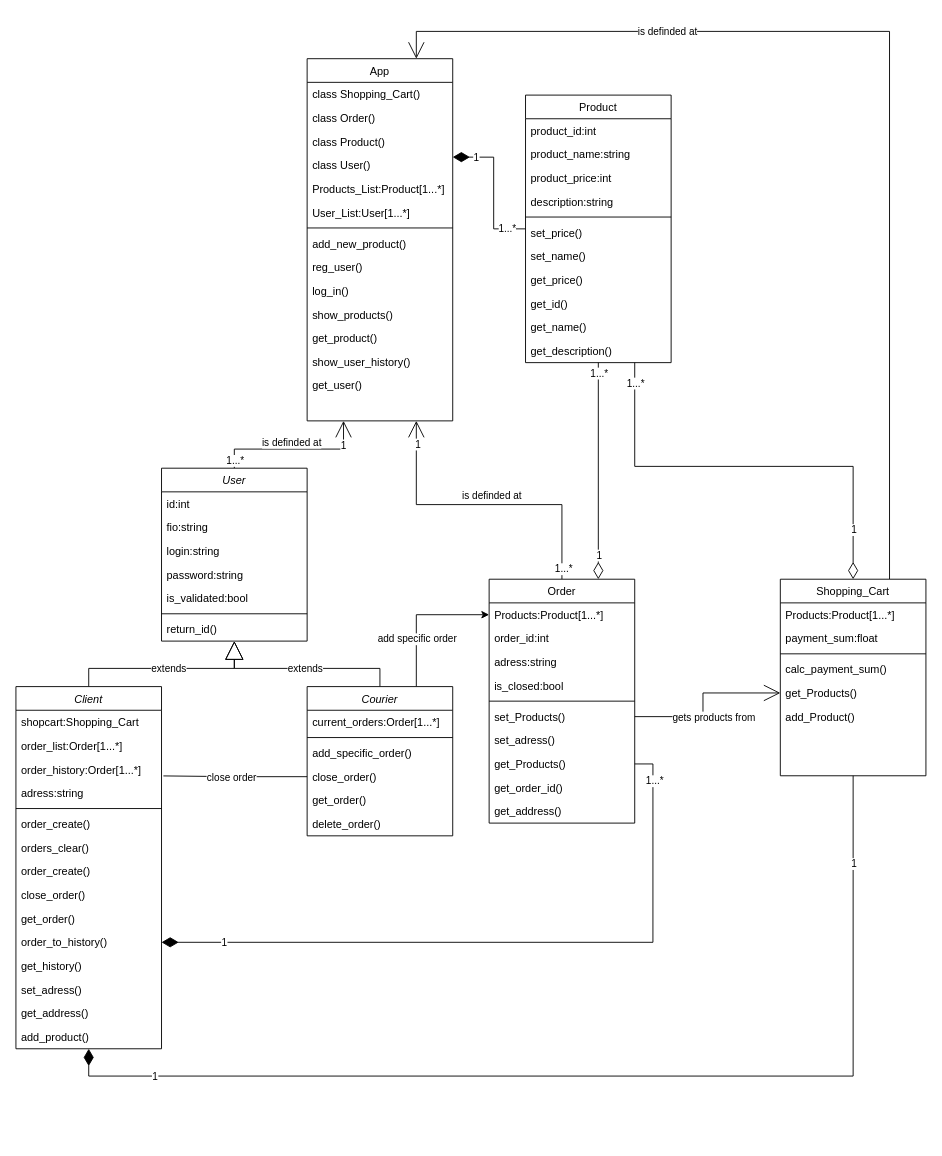
Above: class_diagram_delivery_service.drawio in MstislavRomanovski/ProgramIngeneering (draw.io), before the change. Source tidied: cells renumbered, new cells numbered last; positions are measured from the earlier drawing's top-left corner, leaving out a move shared by most shapes. Both pictures are drawn from the tidied source at 91%, with x=0, y=0 at pixel (15, 58).
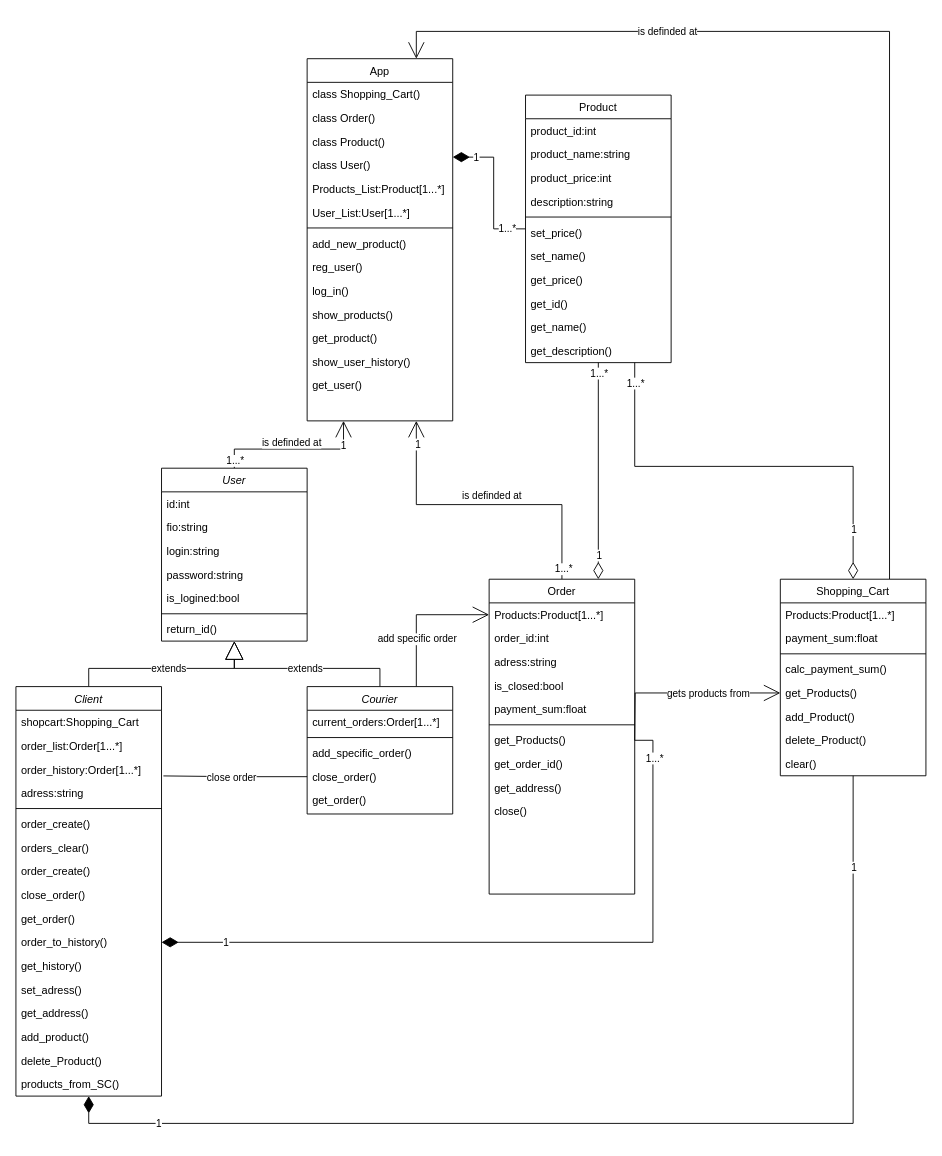
Above is the later version.

The change refers to these unchanged cells:
```xml
<mxCell id="5" value="User" style="swimlane;fontStyle=2;align=center;verticalAlign=top;horizontal=1;startSize=26;rounded=0;shadow=0;strokeWidth=1;" parent="1" vertex="1">
  <mxGeometry x="160" y="450" width="160" height="190" as="geometry" />
</mxCell>
<mxCell id="63" value="Products:Product[1...*]" style="text;align=left;verticalAlign=top;spacingLeft=4;spacingRight=4;overflow=hidden;points=[[0,0.5],[1,0.5]];portConstraint=eastwest;rounded=0;shadow=0;html=0;" parent="62" vertex="1">
  <mxGeometry y="26" width="160" height="26" as="geometry" />
</mxCell>
<mxCell id="78" value="Shopping_Cart" style="swimlane;fontStyle=0;align=center;verticalAlign=top;horizontal=1;startSize=26;rounded=0;shadow=0;strokeWidth=1;" parent="1" vertex="1">
  <mxGeometry x="840" y="572" width="160" height="216" as="geometry" />
</mxCell>
<mxCell id="83" value="get_Products()" style="text;align=left;verticalAlign=top;spacingLeft=4;spacingRight=4;overflow=hidden;points=[[0,0.5],[1,0.5]];portConstraint=eastwest;" parent="78" vertex="1">
  <mxGeometry y="112" width="160" height="26" as="geometry" />
</mxCell>
```

Change to the diagram source:
```diff
@@
-    <mxCell id="10" value="is_validated:bool" style="text;align=left;verticalAlign=top;spacingLeft=4;spacingRight=4;overflow=hidden;rounded=0;shadow=0;html=0;" parent="5" vertex="1">
+    <mxCell id="10" value="is_logined:bool" style="text;align=left;verticalAlign=top;spacingLeft=4;spacingRight=4;overflow=hidden;rounded=0;shadow=0;html=0;" parent="5" vertex="1">
       <mxGeometry y="130" width="160" height="26" as="geometry" />
     </mxCell>
@@
     <mxCell id="30" value="Client" style="swimlane;fontStyle=2;align=center;verticalAlign=top;horizontal=1;startSize=26;rounded=0;shadow=0;strokeWidth=1;" parent="1" vertex="1">
-      <mxGeometry y="690" width="160" height="398" as="geometry" />
+      <mxGeometry y="690" width="160" height="450" as="geometry" />
     </mxCell>
@@
+    <mxCell id="113" value="delete_Product()" style="text;align=left;verticalAlign=top;spacingLeft=4;spacingRight=4;overflow=hidden;" parent="30" vertex="1">
+      <mxGeometry y="398" width="160" height="26" as="geometry" />
+    </mxCell>
+    <mxCell id="114" value="products_from_SC()" style="text;align=left;verticalAlign=top;spacingLeft=4;spacingRight=4;overflow=hidden;" parent="30" vertex="1">
+      <mxGeometry y="424" width="160" height="26" as="geometry" />
+    </mxCell>
@@
-    <mxCell id="47" style="edgeStyle=orthogonalEdgeStyle;rounded=0;jettySize=auto;html=1;exitX=0.75;exitY=0;exitDx=0;exitDy=0;entryX=0;entryY=0.5;entryDx=0;entryDy=0;" parent="1" edge="1" source="49" target="63">
+    <mxCell id="47" style="edgeStyle=orthogonalEdgeStyle;rounded=0;jettySize=auto;html=1;exitX=0.75;exitY=0;exitDx=0;exitDy=0;entryX=0;entryY=0.5;entryDx=0;entryDy=0;endArrow=open;endFill=0;endSize=16;" parent="1" edge="1" source="49" target="63">
       <mxGeometry relative="1" as="geometry" />
     </mxCell>
@@
     <mxCell id="49" value="Courier" style="swimlane;fontStyle=2;align=center;verticalAlign=top;horizontal=1;startSize=26;rounded=0;shadow=0;strokeWidth=1;" parent="1" vertex="1">
-      <mxGeometry x="320" y="690" width="160" height="164" as="geometry" />
+      <mxGeometry x="320" y="690" width="160" height="140" as="geometry" />
     </mxCell>
@@
-    <mxCell id="55" value="delete_order()" style="text;align=left;verticalAlign=top;spacingLeft=4;spacingRight=4;overflow=hidden;" parent="49" vertex="1">
-      <mxGeometry y="138" width="160" height="26" as="geometry" />
-    </mxCell>
@@
     <mxCell id="62" value="Order" style="swimlane;fontStyle=0;align=center;verticalAlign=top;horizontal=1;startSize=26;rounded=0;shadow=0;strokeWidth=1;" parent="1" vertex="1">
-      <mxGeometry x="520" y="572" width="160" height="268" as="geometry" />
+      <mxGeometry x="520" y="572" width="160" height="346" as="geometry" />
     </mxCell>
@@
+    <mxCell id="115" value="payment_sum:float" style="text;align=left;verticalAlign=top;spacingLeft=4;spacingRight=4;overflow=hidden;rounded=0;shadow=0;html=0;" parent="62" vertex="1">
+      <mxGeometry y="130" width="160" height="26" as="geometry" />
+    </mxCell>
     <mxCell id="67" style="line;html=1;strokeWidth=1;align=left;verticalAlign=middle;spacingTop=-1;spacingLeft=3;spacingRight=3;labelPosition=right;" parent="62" vertex="1">
-      <mxGeometry y="130" width="160" height="8" as="geometry" />
+      <mxGeometry y="156" width="160" height="8" as="geometry" />
     </mxCell>
-    <mxCell id="68" value="set_Products()" style="text;align=left;verticalAlign=top;spacingLeft=4;spacingRight=4;overflow=hidden;points=[[0,0.5],[1,0.5]];portConstraint=eastwest;" parent="62" vertex="1">
-      <mxGeometry y="138" width="160" height="26" as="geometry" />
-    </mxCell>
-    <mxCell id="69" value="set_adress()" style="text;align=left;verticalAlign=top;spacingLeft=4;spacingRight=4;overflow=hidden;" parent="62" vertex="1">
-      <mxGeometry y="164" width="160" height="26" as="geometry" />
-    </mxCell>
     <mxCell id="70" value="get_Products()" style="text;align=left;verticalAlign=top;spacingLeft=4;spacingRight=4;overflow=hidden;points=[[0,0.5],[1,0.5]];portConstraint=eastwest;" parent="62" vertex="1">
-      <mxGeometry y="190" width="160" height="26" as="geometry" />
+      <mxGeometry y="164" width="160" height="26" as="geometry" />
     </mxCell>
     <mxCell id="71" value="get_order_id()" style="text;align=left;verticalAlign=top;spacingLeft=4;spacingRight=4;overflow=hidden;" parent="62" vertex="1">
-      <mxGeometry y="216" width="160" height="26" as="geometry" />
+      <mxGeometry y="190" width="160" height="26" as="geometry" />
     </mxCell>
     <mxCell id="72" value="get_address()" style="text;align=left;verticalAlign=top;spacingLeft=4;spacingRight=4;overflow=hidden;" parent="62" vertex="1">
-      <mxGeometry y="242" width="160" height="26" as="geometry" />
+      <mxGeometry y="216" width="160" height="26" as="geometry" />
     </mxCell>
+    <mxCell id="116" value="close()" style="text;align=left;verticalAlign=top;spacingLeft=4;spacingRight=4;overflow=hidden;" parent="62" vertex="1">
+      <mxGeometry y="242" width="160" height="26" as="geometry" />
+    </mxCell>
@@
+    <mxCell id="117" value="delete_Product()" style="text;align=left;verticalAlign=top;spacingLeft=4;spacingRight=4;overflow=hidden;" parent="78" vertex="1">
+      <mxGeometry y="164" width="160" height="26" as="geometry" />
+    </mxCell>
+    <mxCell id="118" value="clear()" style="text;align=left;verticalAlign=top;spacingLeft=4;spacingRight=4;overflow=hidden;" parent="78" vertex="1">
+      <mxGeometry y="190" width="160" height="26" as="geometry" />
+    </mxCell>
@@
-    <mxCell id="107" style="edgeStyle=orthogonalEdgeStyle;rounded=0;jettySize=auto;html=1;exitX=1;exitY=0.5;exitDx=0;exitDy=0;endArrow=open;endFill=0;entryX=0;entryY=0.5;entryDx=0;entryDy=0;endSize=16;" parent="1" edge="1" source="68" target="83">
-      <mxGeometry relative="1" as="geometry" />
+    <mxCell id="107" style="edgeStyle=orthogonalEdgeStyle;rounded=0;jettySize=auto;html=1;endArrow=open;endFill=0;entryX=0;entryY=0.5;entryDx=0;entryDy=0;endSize=16;exitX=1;exitY=0.5;exitDx=0;exitDy=0;" parent="1" edge="1" target="83">
+      <mxGeometry relative="1" as="geometry">
+        <mxPoint x="680" y="749" as="sourcePoint" />
+      </mxGeometry>
     </mxCell>
     <mxCell id="108" value="gets products from" style="edgeLabel;html=1;align=center;verticalAlign=middle;" parent="107" vertex="1">
       <mxGeometry x="-0.36" y="-1" relative="1" as="geometry">
-        <mxPoint x="26" y="-1" as="offset" />
+        <mxPoint x="64" y="-1" as="offset" />
       </mxGeometry>
     </mxCell>
```
